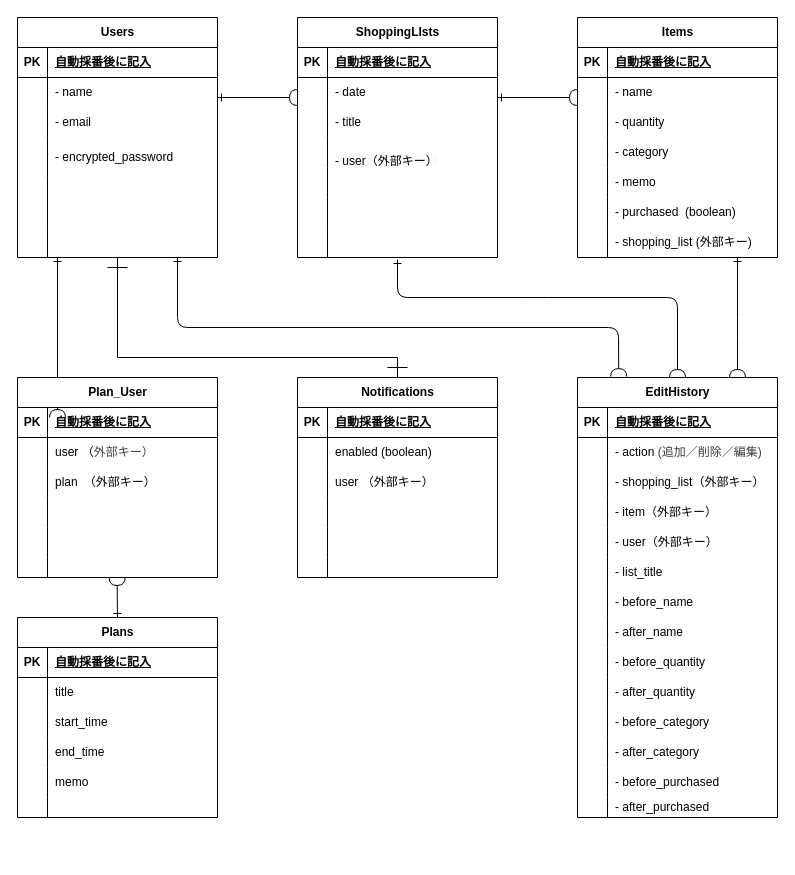
Before: ER図.dio in wassyprince/shopping_days, a draw.io diagram. Source tidied: cells renumbered, new cells numbered last; positions are measured from the earlier drawing's top-left corner, leaving out a move shared by most shapes. Both pictures are drawn from the tidied source at 100%, with x=0, y=0 at pixel (17, 17).
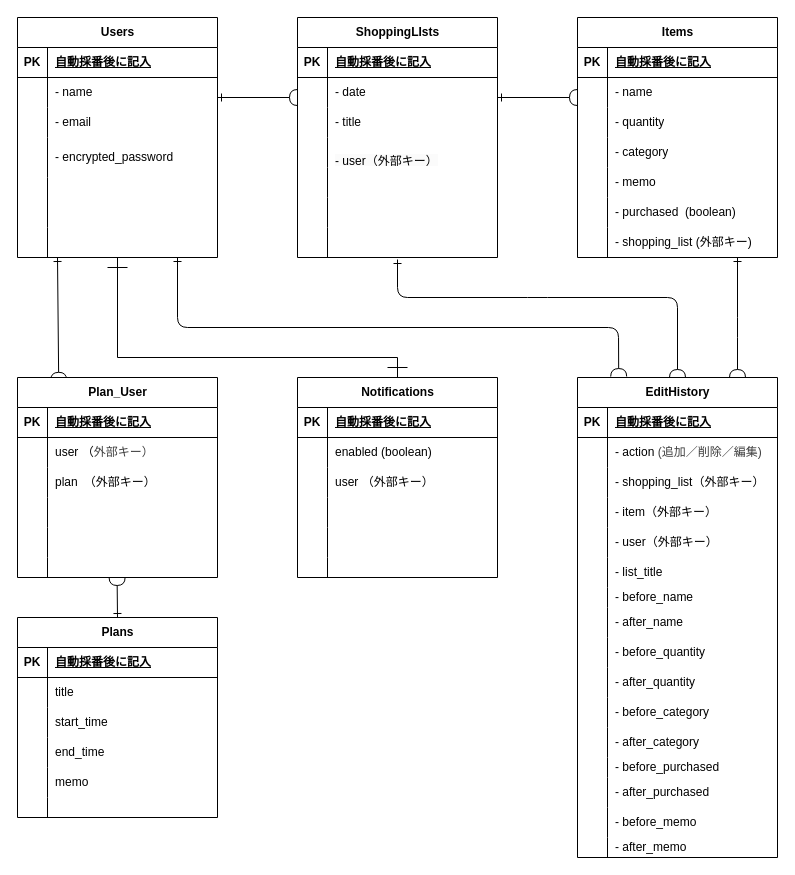
The same diagram, later.

The change refers to these unchanged cells:
```xml
<mxCell id="152" value="Plan_User" style="shape=table;startSize=30;childLayout=tableLayout;rowLines=0;fontStyle=1;align=center;html=1;" parent="1" vertex="1">
  <mxGeometry y="360" width="200" height="200" as="geometry" />
</mxCell>
```

The edit, as a diff of the source:
```diff
@@
     <mxCell id="40" value="EditHistory" style="shape=table;startSize=30;childLayout=tableLayout;rowLines=0;fontStyle=1;align=center;html=1;" parent="1" vertex="1">
-      <mxGeometry x="560" y="360" width="200" height="440" as="geometry" />
+      <mxGeometry x="560" y="360" width="200" height="480" as="geometry" />
     </mxCell>
@@
     <mxCell id="59" style="shape=tableRow;horizontal=0;startSize=0;swimlaneHead=0;swimlaneBody=0;fillColor=none;top=0;left=0;right=0;bottom=0;" parent="40" vertex="1">
-      <mxGeometry y="210" width="200" height="30" as="geometry" />
+      <mxGeometry y="210" width="200" height="20" as="geometry" />
     </mxCell>
     <mxCell id="60" style="shape=partialRectangle;fillColor=none;top=0;left=0;bottom=0;right=0;overflow=hidden;whiteSpace=wrap;html=1;" parent="59" vertex="1">
-      <mxGeometry width="30" height="30" as="geometry" />
+      <mxGeometry width="30" height="20" as="geometry" />
     </mxCell>
     <mxCell id="61" value="- before_name" style="shape=partialRectangle;fillColor=none;top=0;left=0;bottom=0;right=0;align=left;spacingLeft=6;overflow=hidden;whiteSpace=wrap;html=1;" parent="59" vertex="1">
-      <mxGeometry x="30" width="170" height="30" as="geometry" />
+      <mxGeometry x="30" width="170" height="20" as="geometry" />
     </mxCell>
     <mxCell id="62" style="shape=tableRow;horizontal=0;startSize=0;swimlaneHead=0;swimlaneBody=0;fillColor=none;top=0;left=0;right=0;bottom=0;" parent="40" vertex="1">
-      <mxGeometry y="240" width="200" height="30" as="geometry" />
+      <mxGeometry y="230" width="200" height="30" as="geometry" />
     </mxCell>
@@
     <mxCell id="65" style="shape=tableRow;horizontal=0;startSize=0;swimlaneHead=0;swimlaneBody=0;fillColor=none;top=0;left=0;right=0;bottom=0;" parent="40" vertex="1">
-      <mxGeometry y="270" width="200" height="30" as="geometry" />
+      <mxGeometry y="260" width="200" height="30" as="geometry" />
     </mxCell>
@@
     <mxCell id="68" style="shape=tableRow;horizontal=0;startSize=0;swimlaneHead=0;swimlaneBody=0;fillColor=none;top=0;left=0;right=0;bottom=0;" parent="40" vertex="1">
-      <mxGeometry y="300" width="200" height="30" as="geometry" />
+      <mxGeometry y="290" width="200" height="30" as="geometry" />
     </mxCell>
@@
     <mxCell id="71" style="shape=tableRow;horizontal=0;startSize=0;swimlaneHead=0;swimlaneBody=0;fillColor=none;top=0;left=0;right=0;bottom=0;" parent="40" vertex="1">
-      <mxGeometry y="330" width="200" height="30" as="geometry" />
+      <mxGeometry y="320" width="200" height="30" as="geometry" />
     </mxCell>
@@
     <mxCell id="74" style="shape=tableRow;horizontal=0;startSize=0;swimlaneHead=0;swimlaneBody=0;fillColor=none;top=0;left=0;right=0;bottom=0;" parent="40" vertex="1">
-      <mxGeometry y="360" width="200" height="30" as="geometry" />
+      <mxGeometry y="350" width="200" height="30" as="geometry" />
     </mxCell>
@@
     <mxCell id="77" style="shape=tableRow;horizontal=0;startSize=0;swimlaneHead=0;swimlaneBody=0;fillColor=none;top=0;left=0;right=0;bottom=0;" parent="40" vertex="1">
-      <mxGeometry y="390" width="200" height="30" as="geometry" />
+      <mxGeometry y="380" width="200" height="20" as="geometry" />
     </mxCell>
     <mxCell id="78" style="shape=partialRectangle;fillColor=none;top=0;left=0;bottom=0;right=0;overflow=hidden;whiteSpace=wrap;html=1;" parent="77" vertex="1">
-      <mxGeometry width="30" height="30" as="geometry" />
+      <mxGeometry width="30" height="20" as="geometry" />
     </mxCell>
     <mxCell id="79" value="- before_purchased" style="shape=partialRectangle;fillColor=none;top=0;left=0;bottom=0;right=0;align=left;spacingLeft=6;overflow=hidden;whiteSpace=wrap;html=1;" parent="77" vertex="1">
-      <mxGeometry x="30" width="170" height="30" as="geometry" />
+      <mxGeometry x="30" width="170" height="20" as="geometry" />
     </mxCell>
     <mxCell id="80" style="shape=tableRow;horizontal=0;startSize=0;swimlaneHead=0;swimlaneBody=0;fillColor=none;top=0;left=0;right=0;bottom=0;" parent="40" vertex="1">
-      <mxGeometry y="420" width="200" height="20" as="geometry" />
+      <mxGeometry y="400" width="200" height="30" as="geometry" />
     </mxCell>
     <mxCell id="81" style="shape=partialRectangle;fillColor=none;top=0;left=0;bottom=0;right=0;overflow=hidden;whiteSpace=wrap;html=1;" parent="80" vertex="1">
-      <mxGeometry width="30" height="20" as="geometry" />
+      <mxGeometry width="30" height="30" as="geometry" />
     </mxCell>
     <mxCell id="82" value="- after_purchased" style="shape=partialRectangle;fillColor=none;top=0;left=0;bottom=0;right=0;align=left;spacingLeft=6;overflow=hidden;whiteSpace=wrap;html=1;" parent="80" vertex="1">
-      <mxGeometry x="30" width="170" height="20" as="geometry" />
+      <mxGeometry x="30" width="170" height="30" as="geometry" />
     </mxCell>
+    <mxCell id="175" style="shape=tableRow;horizontal=0;startSize=0;swimlaneHead=0;swimlaneBody=0;fillColor=none;top=0;left=0;right=0;bottom=0;" parent="40" vertex="1">
+      <mxGeometry y="430" width="200" height="30" as="geometry" />
+    </mxCell>
+    <mxCell id="176" style="shape=partialRectangle;fillColor=none;top=0;left=0;bottom=0;right=0;overflow=hidden;whiteSpace=wrap;html=1;" parent="175" vertex="1">
+      <mxGeometry width="30" height="30" as="geometry" />
+    </mxCell>
+    <mxCell id="177" value="- before_memo" style="shape=partialRectangle;fillColor=none;top=0;left=0;bottom=0;right=0;align=left;spacingLeft=6;overflow=hidden;whiteSpace=wrap;html=1;" parent="175" vertex="1">
+      <mxGeometry x="30" width="170" height="30" as="geometry" />
+    </mxCell>
+    <mxCell id="178" style="shape=tableRow;horizontal=0;startSize=0;swimlaneHead=0;swimlaneBody=0;fillColor=none;top=0;left=0;right=0;bottom=0;" parent="40" vertex="1">
+      <mxGeometry y="460" width="200" height="20" as="geometry" />
+    </mxCell>
+    <mxCell id="179" style="shape=partialRectangle;fillColor=none;top=0;left=0;bottom=0;right=0;overflow=hidden;whiteSpace=wrap;html=1;" parent="178" vertex="1">
+      <mxGeometry width="30" height="20" as="geometry" />
+    </mxCell>
+    <mxCell id="180" value="- after_memo" style="shape=partialRectangle;fillColor=none;top=0;left=0;bottom=0;right=0;align=left;spacingLeft=6;overflow=hidden;whiteSpace=wrap;html=1;" parent="178" vertex="1">
+      <mxGeometry x="30" width="170" height="20" as="geometry" />
+    </mxCell>
@@
-    <mxCell id="132" style="edgeStyle=none;html=1;strokeColor=default;endArrow=halfCircle;endFill=0;startArrow=ERone;startFill=0;" parent="1" edge="1">
+    <mxCell id="132" style="edgeStyle=none;html=1;strokeColor=default;endArrow=halfCircle;endFill=0;startArrow=ERone;startFill=0;entryX=0.206;entryY=0.014;entryDx=0;entryDy=0;entryPerimeter=0;" parent="1" edge="1" target="152">
       <mxGeometry relative="1" as="geometry">
         <mxPoint x="40" y="240" as="sourcePoint" />
-        <mxPoint x="40" y="400" as="targetPoint" />
       </mxGeometry>
     </mxCell>
```
